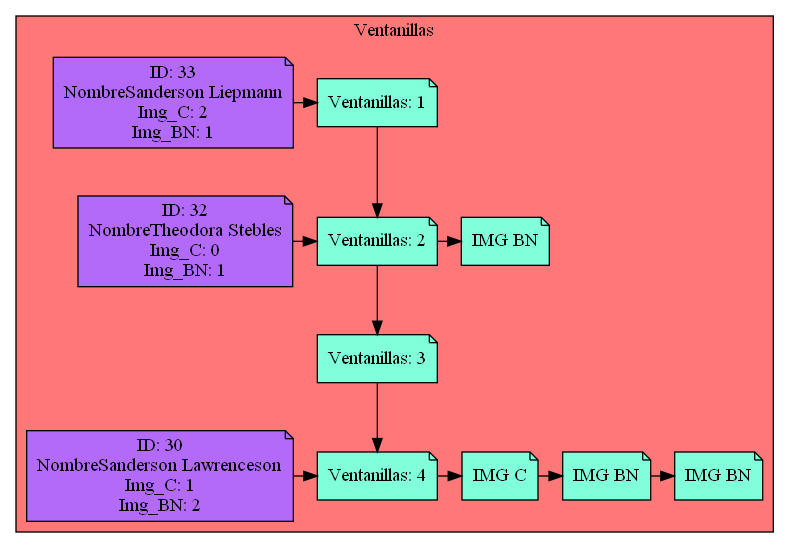
Before: Simple_Windows.png, a diagram exported from Graphviz (Serch-ING/EDD_UDRAWING_202000119). Its source is kept beside it as Simple_Windows.dot.
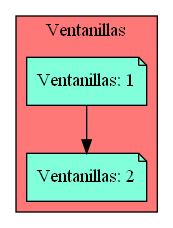
The same diagram one commit later.

Change to the diagram source:
```diff
@@ -3,45 +3,10 @@
 subgraph cluster_p{
     label= " Ventanillas "
     bgcolor = "#FF7878"
-Nodo1661081225[label="Ventanillas: 1",fillcolor="#81FFDA",group=1]
-Nodo1882554559[label="Ventanillas: 2",fillcolor="#81FFDA",group=2]
-Nodo694316372[label="Ventanillas: 3",fillcolor="#81FFDA",group=3]
-Nodo1516500233[label="Ventanillas: 4",fillcolor="#81FFDA",group=4]
+Nodo1882554559[label="Ventanillas: 1",fillcolor="#81FFDA",group=1]
+Nodo1049817027[label="Ventanillas: 2",fillcolor="#81FFDA",group=2]
 
-Nodo1661081225 -> Nodo1882554559
+Nodo1882554559 -> Nodo1049817027
 
-Cliente119358627[label="ID: 33
-NombreSanderson Liepmann
-Img_C: 2
-Img_BN: 1",fillcolor="#B36AF9",group=1]
-Cliente119358627-> Nodo1661081225
-{rank=same;Nodo1661081225,Cliente119358627}
-Nodo1882554559 -> Nodo694316372
-
-Cliente1108924067[label="ID: 32
-NombreTheodora Stebles
-Img_C: 0
-Img_BN: 1",fillcolor="#B36AF9",group=2]
-Cliente1108924067-> Nodo1882554559
-Nodo2073621255[label="IMG BN",fillcolor="#81FFDA"]
-
-Nodo1882554559 -> Nodo2073621255
-
-{rank=same;Nodo1882554559,Cliente1108924067,Nodo2073621255}
-Nodo694316372 -> Nodo1516500233
-
-{rank=same;Nodo694316372}
-Cliente2088445230[label="ID: 30
-NombreSanderson Lawrenceson
-Img_C: 1
-Img_BN: 2",fillcolor="#B36AF9",group=4]
-Cliente2088445230-> Nodo1516500233
-Nodo1208121709[label="IMG C",fillcolor="#81FFDA"]
-Nodo348984985[label="IMG BN",fillcolor="#81FFDA"]
-Nodo129153987[label="IMG BN",fillcolor="#81FFDA"]
-Nodo1208121709 -> Nodo348984985
-Nodo348984985 -> Nodo129153987
-
-Nodo1516500233 -> Nodo1208121709
-
-{rank=same;Nodo1516500233,Cliente2088445230,Nodo1208121709,Nodo348984985,Nodo129153987}}}
+{rank=same;Nodo1882554559}
+{rank=same;Nodo1049817027}}}
```
